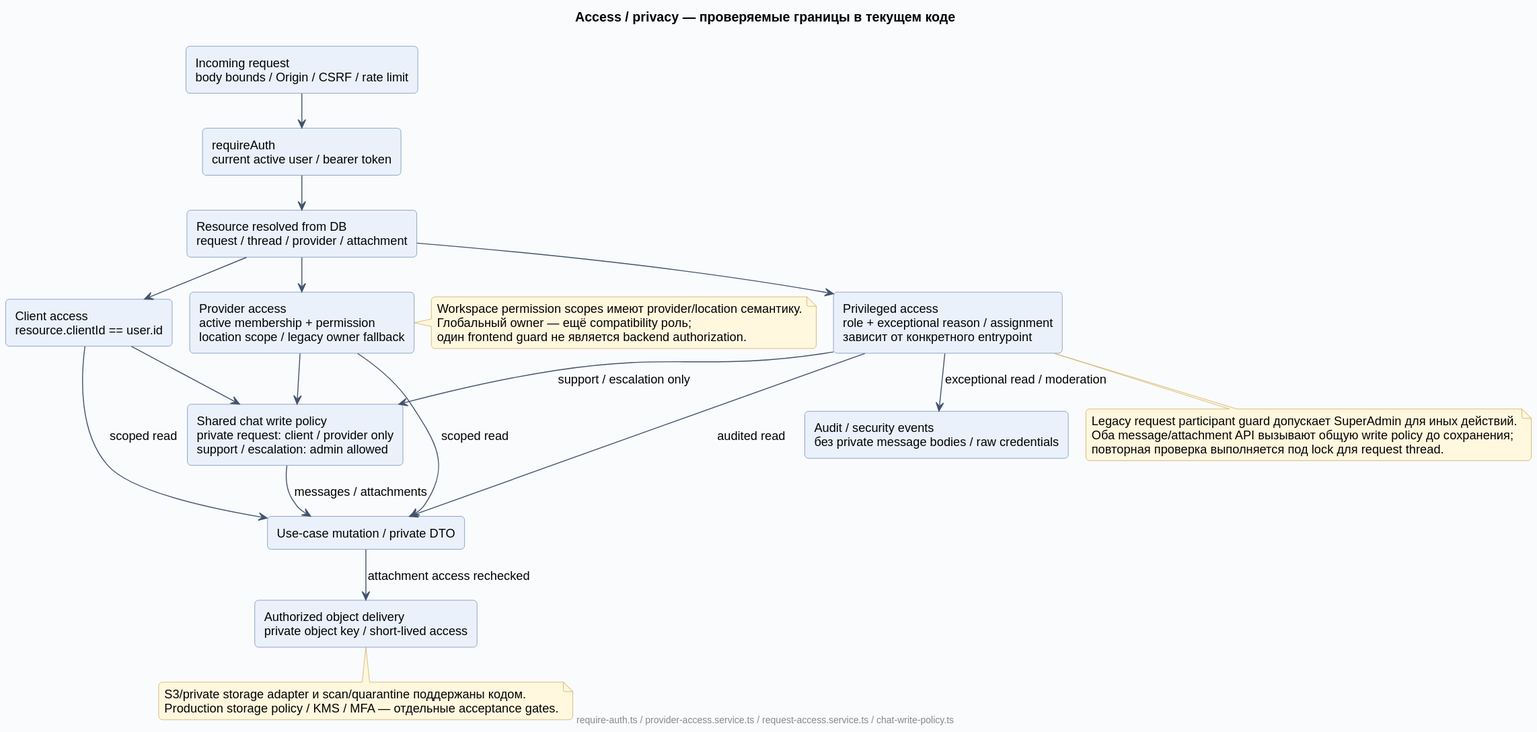
This is docs/diagrams/rendered/09-access-privacy.svg from Dima163163/auto-care-hub, a PlantUML export, as it was before one commit.
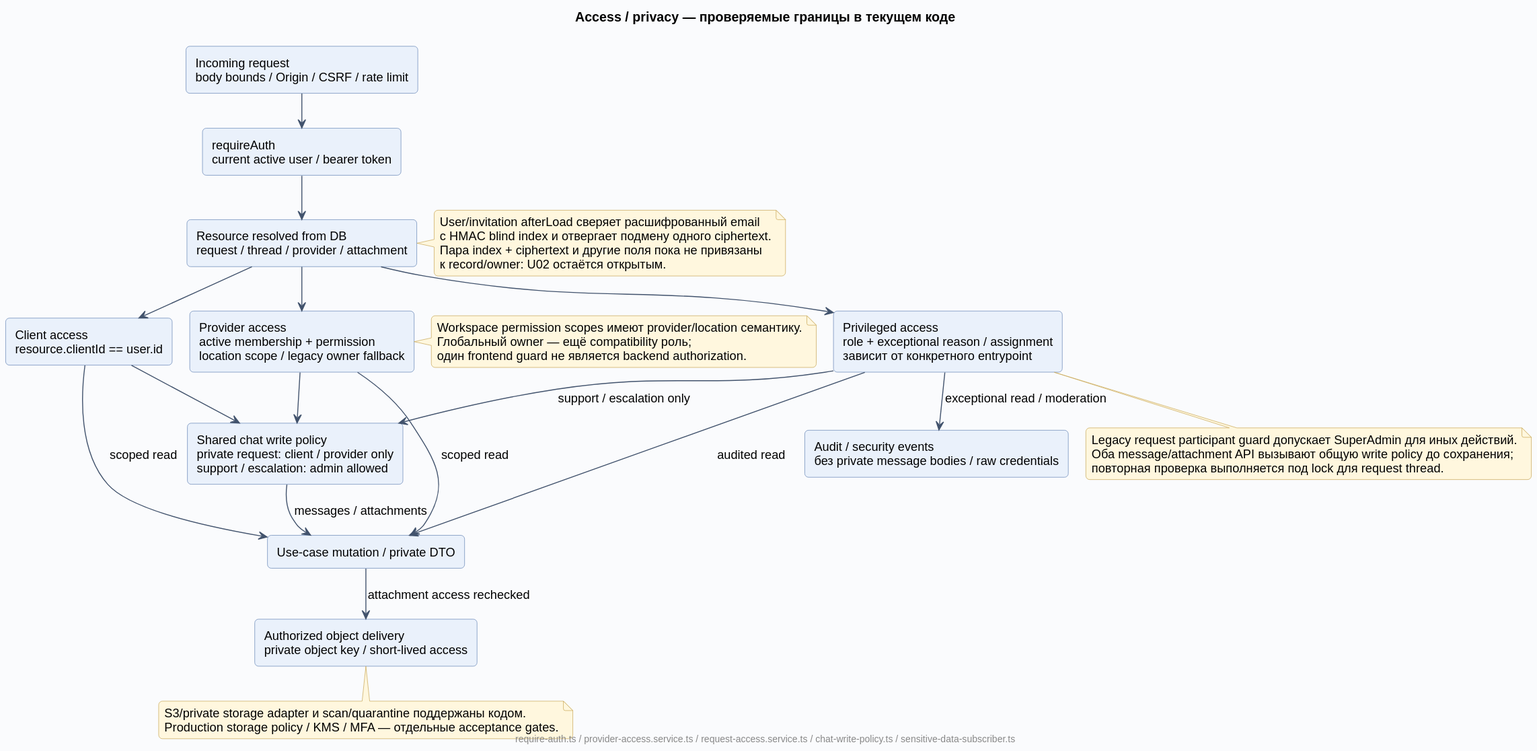
After the commit.

Diff of the diagram source:
```diff
@@ -31,6 +31,12 @@
   Глобальный owner — ещё compatibility роль;
   один frontend guard не является backend authorization.
 end note
+note right of Resource
+  User/invitation afterLoad сверяет расшифрованный email
+  с HMAC blind index и отвергает подмену одного ciphertext.
+  Пара index + ciphertext и другие поля пока не привязаны
+  к record/owner: U02 остаётся открытым.
+end note
 note bottom of Admin
   Legacy request participant guard допускает SuperAdmin для иных действий.
   Оба message/attachment API вызывают общую write policy до сохранения;
@@ -40,5 +46,5 @@
   S3/private storage adapter и scan/quarantine поддержаны кодом.
   Production storage policy / KMS / MFA — отдельные acceptance gates.
 end note
-footer require-auth.ts / provider-access.service.ts / request-access.service.ts / chat-write-policy.ts
+footer require-auth.ts / provider-access.service.ts / request-access.service.ts / chat-write-policy.ts / sensitive-data-subscriber.ts
 @enduml
```
